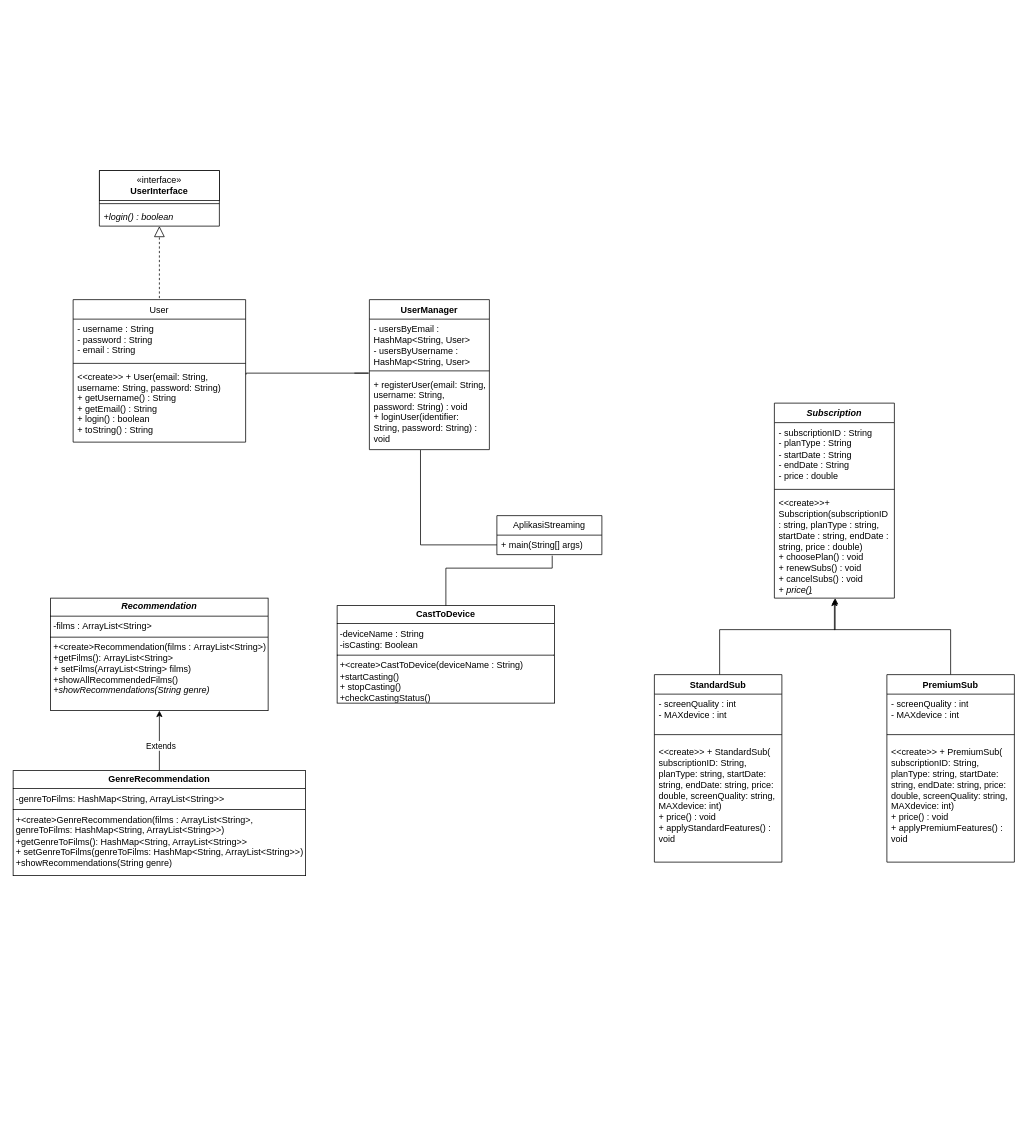
This is Class Diagram Aplikasi Streaming.drawio from mfaizadya/TubesDPBO, a draw.io file, before an edit. Source tidied: cells renumbered, new cells numbered last; positions are measured from the earlier drawing's top-left corner, leaving out a move shared by most shapes. Both pictures are drawn from the tidied source at 75%, with x=0, y=0 at pixel (13, 170).
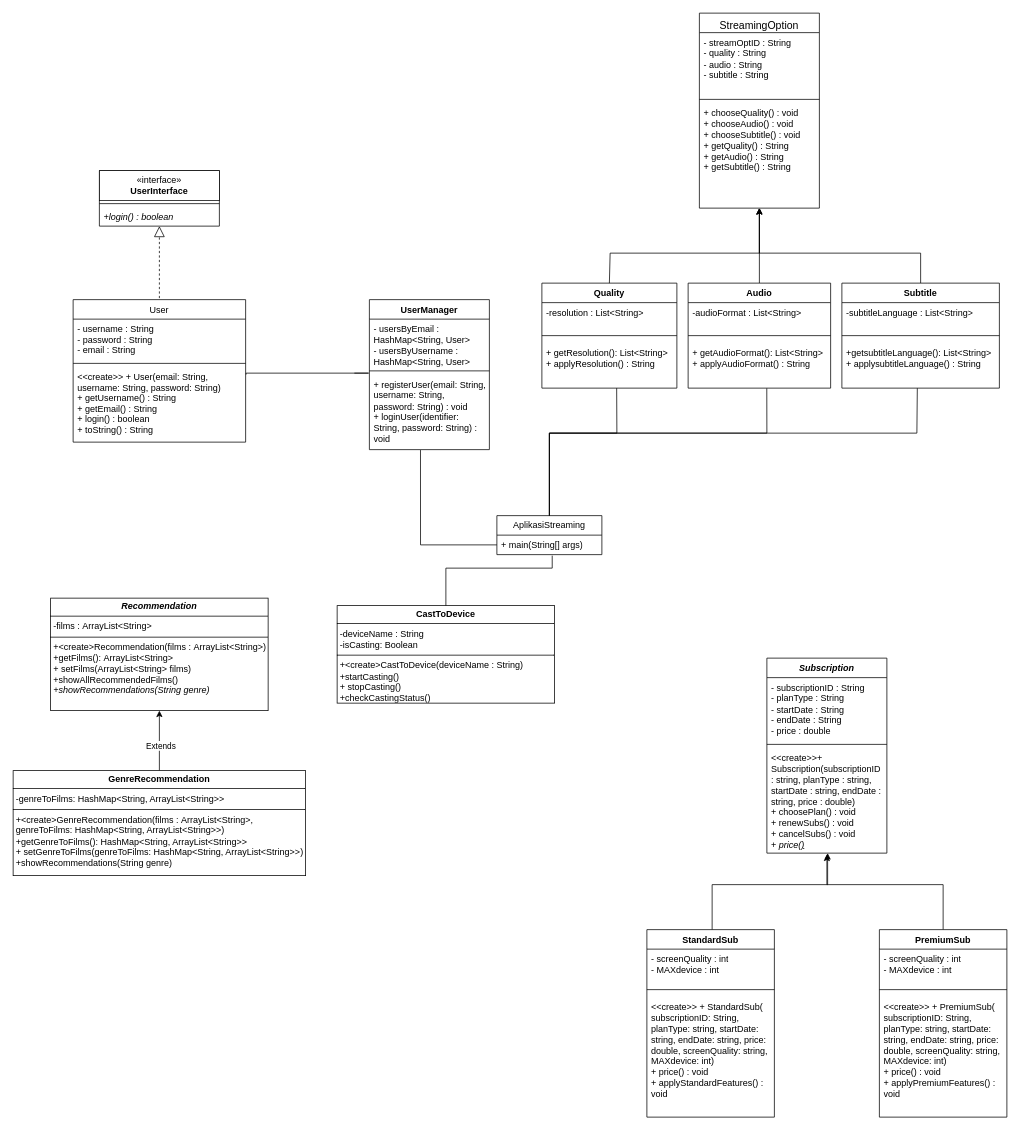
Above is the later version.

Unchanged cells that the change refers to:
```xml
<mxCell id="16" value="AplikasiStreaming" style="swimlane;fontStyle=0;horizontal=1;startSize=26;fillColor=none;whiteSpace=wrap;html=1;" parent="1" vertex="1">
  <mxGeometry x="645" y="460" width="140" height="52" as="geometry" />
</mxCell>
```

What changed in the source:
```diff
@@
     <mxCell id="18" value="&lt;i&gt;Subscription&lt;/i&gt;" style="swimlane;fontStyle=1;align=center;verticalAlign=top;horizontal=1;startSize=26;whiteSpace=wrap;html=1;" parent="1" vertex="1">
-      <mxGeometry x="1015" y="310" width="160" height="260" as="geometry" />
+      <mxGeometry x="1005" y="650" width="160" height="260" as="geometry" />
     </mxCell>
@@
     <mxCell id="22" style="edgeStyle=orthogonalEdgeStyle;rounded=0;orthogonalLoop=1;jettySize=auto;html=1;" parent="1" edge="1">
       <mxGeometry relative="1" as="geometry">
-        <mxPoint x="942" y="672" as="sourcePoint" />
-        <mxPoint x="1096" y="570" as="targetPoint" />
+        <mxPoint x="932" y="1012" as="sourcePoint" />
+        <mxPoint x="1086" y="910" as="targetPoint" />
         <Array as="points">
-          <mxPoint x="942" y="612" />
-          <mxPoint x="1096" y="612" />
+          <mxPoint x="932" y="952" />
+          <mxPoint x="1086" y="952" />
         </Array>
       </mxGeometry>
     </mxCell>
     <mxCell id="23" value="StandardSub" style="swimlane;fontStyle=1;align=center;verticalAlign=top;horizontal=1;startSize=26;whiteSpace=wrap;html=1;" parent="1" vertex="1">
-      <mxGeometry x="855" y="672" width="170" height="250" as="geometry" />
+      <mxGeometry x="845" y="1012" width="170" height="250" as="geometry" />
     </mxCell>
@@
     <mxCell id="27" style="edgeStyle=orthogonalEdgeStyle;rounded=0;jettySize=auto;html=1;exitX=0.5;exitY=0;exitDx=0;exitDy=0;" parent="1" edge="1" source="28">
       <mxGeometry relative="1" as="geometry">
-        <mxPoint x="1095" y="572" as="targetPoint" />
+        <mxPoint x="1085" y="912" as="targetPoint" />
         <Array as="points">
-          <mxPoint x="1250" y="612" />
-          <mxPoint x="1095" y="612" />
+          <mxPoint x="1240" y="952" />
+          <mxPoint x="1085" y="952" />
         </Array>
       </mxGeometry>
     </mxCell>
     <mxCell id="28" value="PremiumSub" style="swimlane;fontStyle=1;align=center;verticalAlign=top;horizontal=1;startSize=26;whiteSpace=wrap;html=1;" parent="1" vertex="1">
-      <mxGeometry x="1165" y="672" width="170" height="250" as="geometry" />
+      <mxGeometry x="1155" y="1012" width="170" height="250" as="geometry" />
     </mxCell>
@@
+    <mxCell id="39" value="&lt;div style=&quot;font-weight: normal; font-size: 14px; line-height: 19px; white-space: pre;&quot;&gt;&lt;font face=&quot;Helvetica&quot;&gt;StreamingOption&lt;/font&gt;&lt;/div&gt;" style="swimlane;fontStyle=1;align=center;verticalAlign=top;horizontal=1;startSize=26;whiteSpace=wrap;html=1;" parent="1" vertex="1">
+      <mxGeometry x="915" y="-210" width="160" height="260" as="geometry" />
+    </mxCell>
+    <mxCell id="40" value="- streamOptID : String&lt;div&gt;- quality : String&lt;/div&gt;&lt;div&gt;- audio : String&lt;/div&gt;&lt;div&gt;- subtitle : String&lt;/div&gt;" style="text;strokeColor=none;fillColor=none;align=left;verticalAlign=top;spacingLeft=4;spacingRight=4;overflow=hidden;whiteSpace=wrap;html=1;" parent="39" vertex="1">
+      <mxGeometry y="26" width="160" height="84" as="geometry" />
+    </mxCell>
+    <mxCell id="41" style="line;strokeWidth=1;fillColor=none;align=left;verticalAlign=middle;spacingTop=-1;spacingLeft=3;spacingRight=3;labelPosition=right;strokeColor=inherit;" parent="39" vertex="1">
+      <mxGeometry y="110" width="160" height="10" as="geometry" />
+    </mxCell>
+    <mxCell id="42" value="&lt;div&gt;&lt;span style=&quot;background-color: initial;&quot;&gt;+ chooseQuality() : void&lt;/span&gt;&lt;/div&gt;&lt;div&gt;+ chooseAudio() : void&lt;/div&gt;&lt;div&gt;+ chooseSubtitle() : void&lt;/div&gt;&lt;div&gt;+ getQuality() : String&lt;/div&gt;&lt;div&gt;+ getAudio() : String&lt;/div&gt;&lt;div&gt;+ getSubtitle() : String&lt;/div&gt;" style="text;strokeColor=none;fillColor=none;align=left;verticalAlign=top;spacingLeft=4;spacingRight=4;overflow=hidden;whiteSpace=wrap;html=1;" parent="39" vertex="1">
+      <mxGeometry y="120" width="160" height="140" as="geometry" />
+    </mxCell>
+    <mxCell id="43" value="Quality" style="swimlane;fontStyle=1;align=center;verticalAlign=top;horizontal=1;startSize=26;whiteSpace=wrap;html=1;" parent="1" vertex="1">
+      <mxGeometry x="705" y="150" width="180" height="140" as="geometry" />
+    </mxCell>
+    <mxCell id="44" value="&lt;span style=&quot;text-wrap-mode: nowrap;&quot;&gt;-resolution :&amp;nbsp;&lt;/span&gt;&lt;span style=&quot;text-wrap-mode: nowrap; background-color: initial;&quot;&gt;List&amp;lt;String&amp;gt;&lt;/span&gt;" style="text;strokeColor=none;fillColor=none;align=left;verticalAlign=top;spacingLeft=4;spacingRight=4;overflow=hidden;whiteSpace=wrap;html=1;" parent="43" vertex="1">
+      <mxGeometry y="26" width="180" height="34" as="geometry" />
+    </mxCell>
+    <mxCell id="45" style="line;strokeWidth=1;fillColor=none;align=left;verticalAlign=middle;spacingTop=-1;spacingLeft=3;spacingRight=3;labelPosition=right;strokeColor=inherit;" parent="43" vertex="1">
+      <mxGeometry y="60" width="180" height="20" as="geometry" />
+    </mxCell>
+    <mxCell id="46" value="&lt;div&gt;+ getResolution():&amp;nbsp;&lt;span style=&quot;text-wrap-mode: nowrap; background-color: initial;&quot;&gt;List&amp;lt;String&amp;gt;&lt;/span&gt;&lt;span style=&quot;background-color: initial;&quot;&gt;&amp;nbsp;&lt;/span&gt;&lt;/div&gt;&lt;div&gt;+ applyResolution() : String&lt;/div&gt;" style="text;strokeColor=none;fillColor=none;align=left;verticalAlign=top;spacingLeft=4;spacingRight=4;overflow=hidden;points=[[0,0.5],[1,0.5]];portConstraint=eastwest;whiteSpace=wrap;html=1;" parent="43" vertex="1">
+      <mxGeometry y="80" width="180" height="60" as="geometry" />
+    </mxCell>
+    <mxCell id="47" style="endArrow=classic;html=1;rounded=0;exitX=0.5;exitY=0;exitDx=0;exitDy=0;entryX=0.494;entryY=1.021;entryDx=0;entryDy=0;entryPerimeter=0;" parent="1" edge="1" source="54">
+      <mxGeometry relative="1" as="geometry">
+        <mxPoint x="995" y="50" as="targetPoint" />
+        <Array as="points">
+          <mxPoint x="1210" y="110" />
+          <mxPoint x="995" y="110" />
+        </Array>
+      </mxGeometry>
+    </mxCell>
+    <mxCell id="48" style="endArrow=classic;html=1;rounded=0;exitX=0.5;exitY=0;exitDx=0;exitDy=0;" parent="1" edge="1">
+      <mxGeometry relative="1" as="geometry">
+        <mxPoint x="795" y="150" as="sourcePoint" />
+        <mxPoint x="995" y="50" as="targetPoint" />
+        <Array as="points">
+          <mxPoint x="796" y="110" />
+          <mxPoint x="995" y="110" />
+        </Array>
+      </mxGeometry>
+    </mxCell>
+    <mxCell id="49" style="endArrow=classic;html=1;rounded=0;exitX=0.5;exitY=0;exitDx=0;exitDy=0;" parent="1" edge="1">
+      <mxGeometry relative="1" as="geometry">
+        <mxPoint x="995" y="150" as="sourcePoint" />
+        <mxPoint x="995" y="50" as="targetPoint" />
+      </mxGeometry>
+    </mxCell>
+    <mxCell id="50" value="Audio" style="swimlane;fontStyle=1;align=center;verticalAlign=top;horizontal=1;startSize=26;whiteSpace=wrap;html=1;" parent="1" vertex="1">
+      <mxGeometry x="900" y="150" width="190" height="140" as="geometry" />
+    </mxCell>
+    <mxCell id="51" value="&lt;span style=&quot;text-wrap-mode: nowrap;&quot;&gt;-audioFormat :&amp;nbsp;&lt;/span&gt;&lt;span style=&quot;text-wrap-mode: nowrap; background-color: initial;&quot;&gt;List&amp;lt;String&amp;gt;&lt;/span&gt;" style="text;strokeColor=none;fillColor=none;align=left;verticalAlign=top;spacingLeft=4;spacingRight=4;overflow=hidden;whiteSpace=wrap;html=1;" parent="50" vertex="1">
+      <mxGeometry y="26" width="190" height="34" as="geometry" />
+    </mxCell>
+    <mxCell id="52" style="line;strokeWidth=1;fillColor=none;align=left;verticalAlign=middle;spacingTop=-1;spacingLeft=3;spacingRight=3;labelPosition=right;strokeColor=inherit;" parent="50" vertex="1">
+      <mxGeometry y="60" width="190" height="20" as="geometry" />
+    </mxCell>
+    <mxCell id="53" value="&lt;div&gt;+ getAudioFormat():&amp;nbsp;&lt;span style=&quot;text-wrap-mode: nowrap; background-color: initial;&quot;&gt;List&amp;lt;String&amp;gt;&lt;/span&gt;&lt;span style=&quot;background-color: initial;&quot;&gt;&amp;nbsp;&lt;/span&gt;&lt;/div&gt;&lt;div&gt;+ applyAudioFormat() : String&lt;/div&gt;" style="text;strokeColor=none;fillColor=none;align=left;verticalAlign=top;spacingLeft=4;spacingRight=4;overflow=hidden;points=[[0,0.5],[1,0.5]];portConstraint=eastwest;whiteSpace=wrap;html=1;" parent="50" vertex="1">
+      <mxGeometry y="80" width="190" height="60" as="geometry" />
+    </mxCell>
+    <mxCell id="54" value="Subtitle" style="swimlane;fontStyle=1;align=center;verticalAlign=top;horizontal=1;startSize=26;whiteSpace=wrap;html=1;" parent="1" vertex="1">
+      <mxGeometry x="1105" y="150" width="210" height="140" as="geometry" />
+    </mxCell>
+    <mxCell id="55" value="&lt;span style=&quot;text-wrap-mode: nowrap;&quot;&gt;-subtitleLanguage :&amp;nbsp;&lt;/span&gt;&lt;span style=&quot;text-wrap-mode: nowrap; background-color: initial;&quot;&gt;List&amp;lt;String&amp;gt;&lt;/span&gt;" style="text;strokeColor=none;fillColor=none;align=left;verticalAlign=top;spacingLeft=4;spacingRight=4;overflow=hidden;whiteSpace=wrap;html=1;" parent="54" vertex="1">
+      <mxGeometry y="26" width="210" height="34" as="geometry" />
+    </mxCell>
+    <mxCell id="56" style="line;strokeWidth=1;fillColor=none;align=left;verticalAlign=middle;spacingTop=-1;spacingLeft=3;spacingRight=3;labelPosition=right;strokeColor=inherit;" parent="54" vertex="1">
+      <mxGeometry y="60" width="210" height="20" as="geometry" />
+    </mxCell>
+    <mxCell id="57" value="&lt;div&gt;+get&lt;span style=&quot;text-wrap-mode: nowrap;&quot;&gt;subtitleLanguage&lt;/span&gt;():&amp;nbsp;&lt;span style=&quot;text-wrap-mode: nowrap; background-color: initial;&quot;&gt;List&amp;lt;String&amp;gt;&lt;/span&gt;&lt;span style=&quot;background-color: initial;&quot;&gt;&amp;nbsp;&lt;/span&gt;&lt;/div&gt;&lt;div&gt;+ apply&lt;span style=&quot;text-wrap-mode: nowrap;&quot;&gt;subtitleLanguage&lt;/span&gt;() : String&lt;/div&gt;" style="text;strokeColor=none;fillColor=none;align=left;verticalAlign=top;spacingLeft=4;spacingRight=4;overflow=hidden;points=[[0,0.5],[1,0.5]];portConstraint=eastwest;whiteSpace=wrap;html=1;" parent="54" vertex="1">
+      <mxGeometry y="80" width="210" height="60" as="geometry" />
+    </mxCell>
+    <mxCell id="58" style="endArrow=none;html=1;rounded=0;entryX=0.554;entryY=1.001;entryDx=0;entryDy=0;entryPerimeter=0;exitX=0.5;exitY=0;exitDx=0;exitDy=0;" parent="1" edge="1" source="16" target="46">
+      <mxGeometry relative="1" as="geometry">
+        <Array as="points">
+          <mxPoint x="715" y="350" />
+          <mxPoint x="805" y="350" />
+        </Array>
+      </mxGeometry>
+    </mxCell>
+    <mxCell id="59" style="endArrow=none;html=1;rounded=0;exitX=0.5;exitY=0;exitDx=0;exitDy=0;entryX=0.552;entryY=1.005;entryDx=0;entryDy=0;entryPerimeter=0;" parent="1" edge="1" source="16" target="53">
+      <mxGeometry relative="1" as="geometry">
+        <Array as="points">
+          <mxPoint x="715" y="350" />
+          <mxPoint x="1005" y="350" />
+        </Array>
+      </mxGeometry>
+    </mxCell>
+    <mxCell id="60" style="endArrow=none;html=1;rounded=0;exitX=0.5;exitY=0;exitDx=0;exitDy=0;entryX=0.479;entryY=1.002;entryDx=0;entryDy=0;entryPerimeter=0;" parent="1" edge="1" source="16" target="57">
+      <mxGeometry relative="1" as="geometry">
+        <Array as="points">
+          <mxPoint x="715" y="350" />
+          <mxPoint x="1205" y="350" />
+        </Array>
+      </mxGeometry>
+    </mxCell>
```
